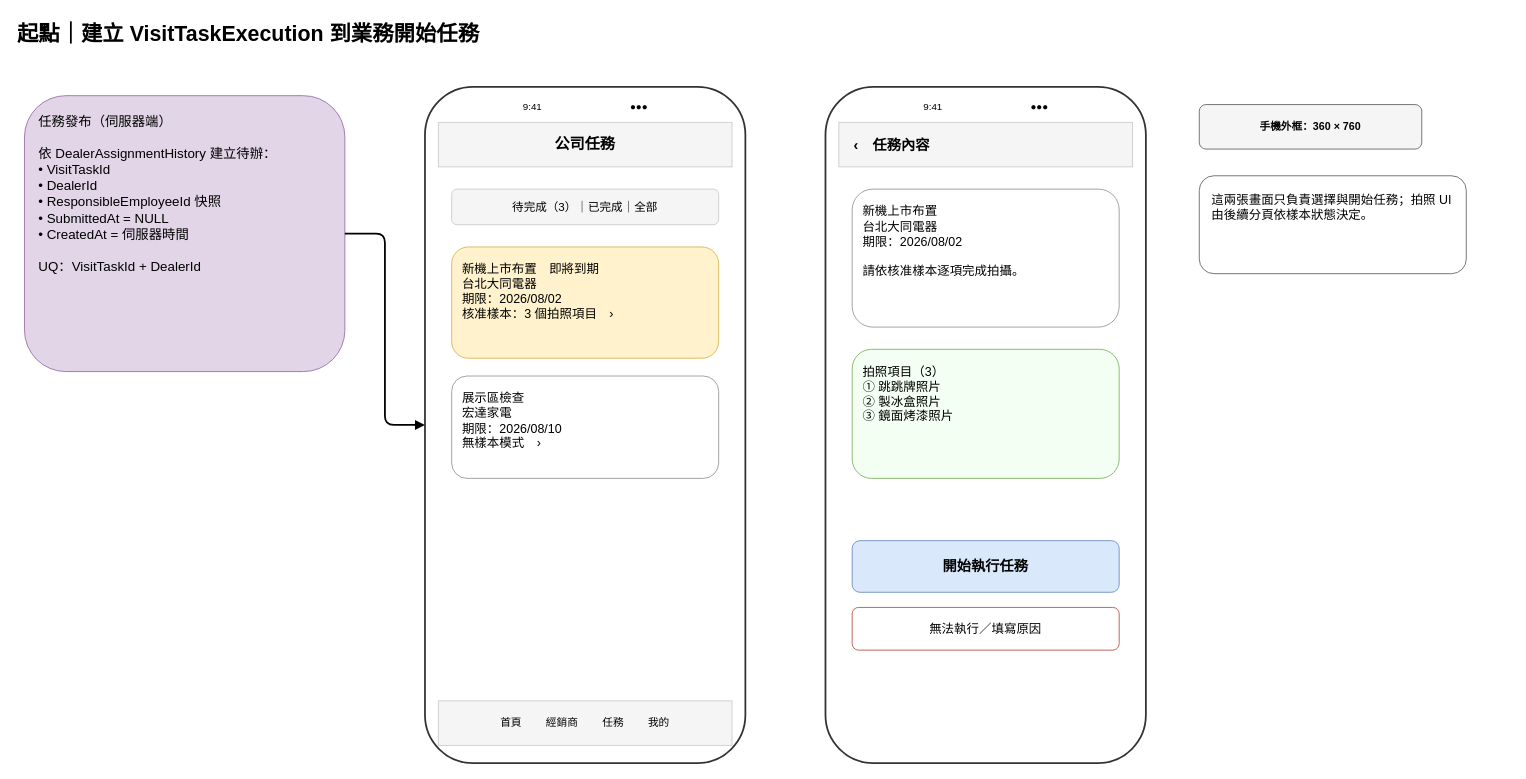
Earlier version of the draw.io diagram page "01_建立VisitTaskExecution" (2 of 6) of Codex筆記/LGSale_UI_PHOTO.drawio (tim5612/LGSaleOut). Source tidied: cells renumbered, new cells numbered last; positions are measured from the earlier drawing's top-left corner, leaving out a move shared by most shapes. Both pictures are drawn from the tidied source at 89%, with x=0, y=0 at pixel (15, 15).
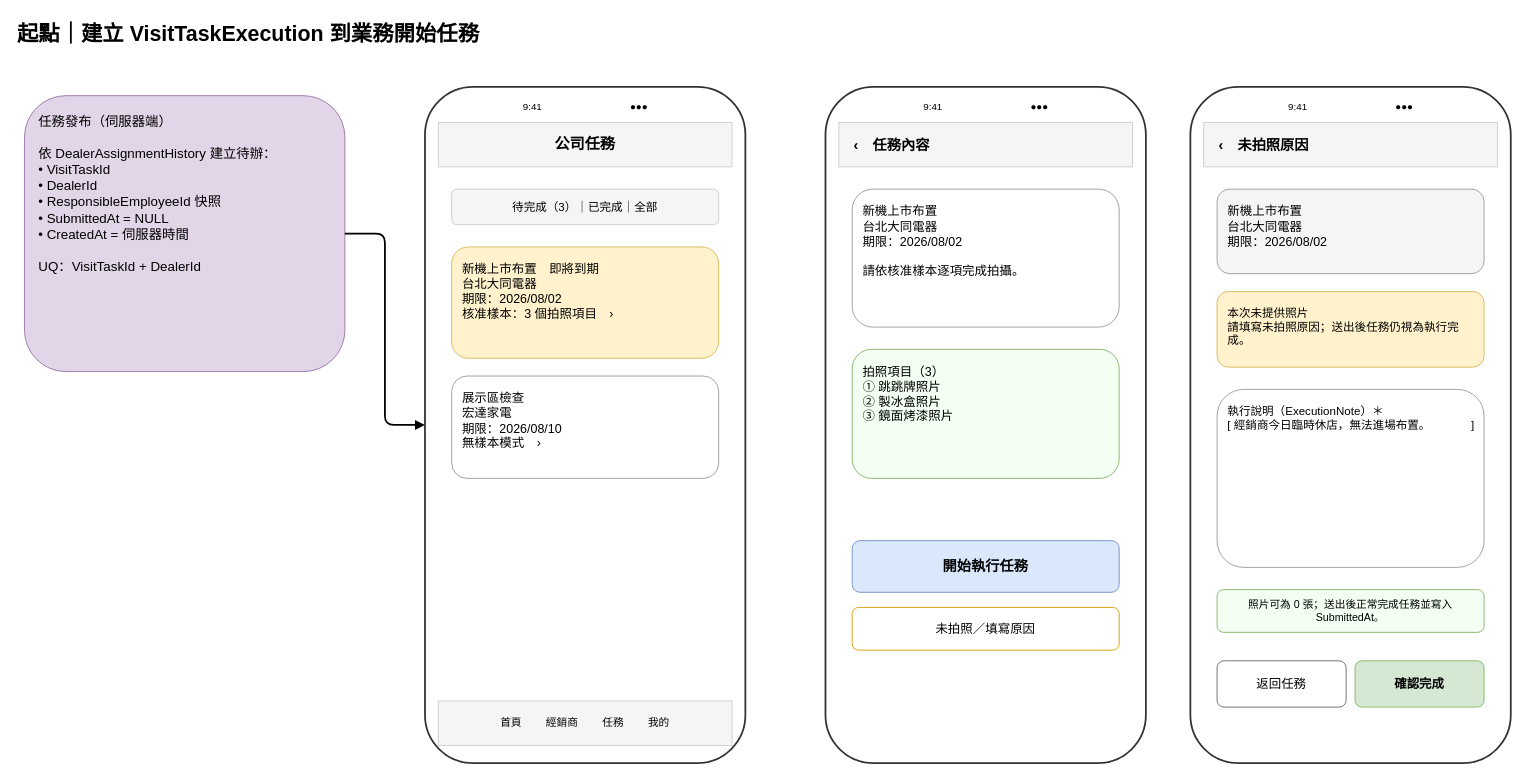
The same diagram, later.

Diff of the diagram source:
```diff
@@
-    <mxCell id="17" value="無法執行／填寫原因" style="rounded=1;whiteSpace=wrap;html=1;fillColor=#ffffff;strokeColor=#b85450;fontSize=14;" parent="1" vertex="1">
+    <mxCell id="17" value="未拍照／填寫原因" style="rounded=1;whiteSpace=wrap;html=1;fillColor=#ffffff;strokeColor=#d79b00;fontSize=14;" parent="1" vertex="1">
       <mxGeometry x="940" y="665" width="300" height="48" as="geometry" />
     </mxCell>
+    <mxCell id="21" style="rounded=1;whiteSpace=wrap;html=1;fillColor=#ffffff;strokeColor=#333333;strokeWidth=2;" parent="1" vertex="1">
+      <mxGeometry x="1320" y="80" width="360" height="760" as="geometry" />
+    </mxCell>
+    <mxCell id="22" value="9:41　　　　　　　　　●●●" style="text;html=1;fontSize=11;align=center;" parent="1" vertex="1">
+      <mxGeometry x="1335" y="90" width="330" height="25" as="geometry" />
+    </mxCell>
+    <mxCell id="23" value="‹　未拍照原因" style="rounded=0;whiteSpace=wrap;html=1;fillColor=#f5f5f5;strokeColor=#cccccc;fontStyle=1;fontSize=16;align=left;spacingLeft=15;" parent="1" vertex="1">
+      <mxGeometry x="1335" y="120" width="330" height="50" as="geometry" />
+    </mxCell>
+    <mxCell id="24" value="新機上市布置&#10;台北大同電器&#10;期限：2026/08/02" style="rounded=1;whiteSpace=wrap;html=1;fillColor=#f5f5f5;strokeColor=#999999;align=left;verticalAlign=top;spacing=12;fontSize=14;" parent="1" vertex="1">
+      <mxGeometry x="1350" y="195" width="300" height="95" as="geometry" />
+    </mxCell>
+    <mxCell id="25" value="本次未提供照片&#10;請填寫未拍照原因；送出後任務仍視為執行完成。" style="rounded=1;whiteSpace=wrap;html=1;fillColor=#fff2cc;strokeColor=#d6b656;align=left;verticalAlign=top;spacing=12;fontSize=13;" parent="1" vertex="1">
+      <mxGeometry x="1350" y="310" width="300" height="85" as="geometry" />
+    </mxCell>
+    <mxCell id="26" value="執行說明（ExecutionNote）＊&#10;[ 經銷商今日臨時休店，無法進場布置。　　　　]" style="rounded=1;whiteSpace=wrap;html=1;fillColor=#ffffff;strokeColor=#999999;align=left;verticalAlign=top;spacing=12;fontSize=13;" parent="1" vertex="1">
+      <mxGeometry x="1350" y="420" width="300" height="200" as="geometry" />
+    </mxCell>
+    <mxCell id="27" value="照片可為 0 張；送出後正常完成任務並寫入 SubmittedAt。" style="rounded=1;whiteSpace=wrap;html=1;fillColor=#f2fff2;strokeColor=#82b366;fontSize=12;" parent="1" vertex="1">
+      <mxGeometry x="1350" y="645" width="300" height="48" as="geometry" />
+    </mxCell>
+    <mxCell id="28" value="返回任務" style="rounded=1;whiteSpace=wrap;html=1;fillColor=#ffffff;strokeColor=#666666;fontSize=14;" parent="1" vertex="1">
+      <mxGeometry x="1350" y="725" width="145" height="52" as="geometry" />
+    </mxCell>
+    <mxCell id="29" value="確認完成" style="rounded=1;whiteSpace=wrap;html=1;fillColor=#d5e8d4;strokeColor=#82b366;fontStyle=1;fontSize=14;" parent="1" vertex="1">
+      <mxGeometry x="1505" y="725" width="145" height="52" as="geometry" />
+    </mxCell>
@@
-    <mxCell id="19" value="手機外框：360 × 760" style="rounded=1;whiteSpace=wrap;html=1;fillColor=#f5f5f5;strokeColor=#666666;fontStyle=1;" parent="1" vertex="1">
-      <mxGeometry x="1330" y="100" width="250" height="50" as="geometry" />
-    </mxCell>
-    <mxCell id="20" value="這兩張畫面只負責選擇與開始任務；拍照 UI 由後續分頁依樣本狀態決定。" style="rounded=1;whiteSpace=wrap;html=1;fillColor=#ffffff;strokeColor=#666666;align=left;verticalAlign=top;spacing=14;fontSize=14;" parent="1" vertex="1">
-      <mxGeometry x="1330" y="180" width="300" height="110" as="geometry" />
-    </mxCell>
```
